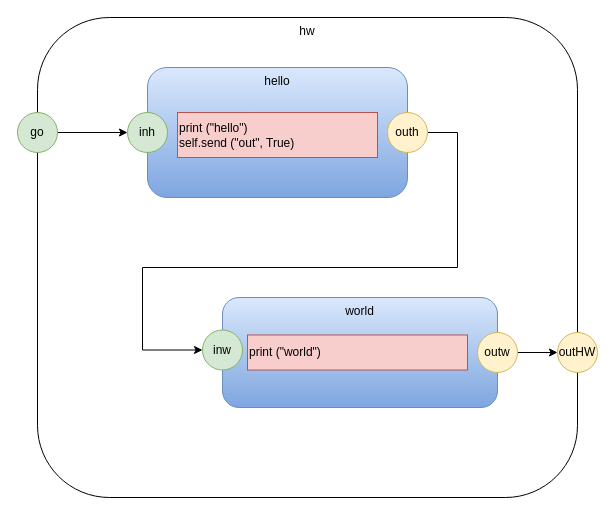
guitarvydas/das keeps this draw.io diagram as hw.drawio. Above is the earlier version. Source tidied: cells renumbered, new cells numbered last; positions are measured from the earlier drawing's top-left corner, leaving out a move shared by most shapes. Both pictures are drawn from the tidied source at 100%, with x=0, y=0 at pixel (17, 17).
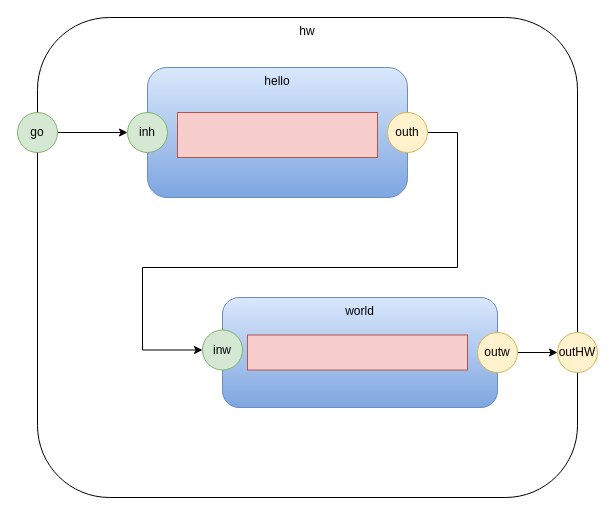
The same diagram, later.

The edit, as a diff of the source:
```diff
@@
 <mxGraphModel>
   <root>
     <mxCell id="0" />
     <mxCell id="1" parent="0" />
     <mxCell id="2" value="hw" style="rounded=1;whiteSpace=wrap;html=1;verticalAlign=top;" parent="1" vertex="1">
       <mxGeometry x="20" width="540" height="480" as="geometry" />
     </mxCell>
     <mxCell id="3" value="hello" style="rounded=1;whiteSpace=wrap;html=1;gradientColor=#7ea6e0;fillColor=#dae8fc;strokeColor=#6c8ebf;verticalAlign=top;" parent="1" vertex="1">
       <mxGeometry x="130" y="50" width="260" height="130" as="geometry" />
     </mxCell>
-    <mxCell id="4" value="print (&quot;hello&quot;)&lt;br&gt;self.send (&quot;out&quot;, True)&lt;br&gt;&lt;div&gt;&lt;/div&gt;" style="rounded=0;whiteSpace=wrap;html=1;fillColor=#f8cecc;strokeColor=#b85450;align=left;" parent="1" vertex="1">
+    <mxCell id="4" value="&lt;br&gt;&lt;div&gt;&lt;/div&gt;" style="rounded=0;whiteSpace=wrap;html=1;fillColor=#f8cecc;strokeColor=#b85450;align=left;" parent="1" vertex="1">
       <mxGeometry x="160" y="95" width="200" height="45" as="geometry" />
     </mxCell>
     <mxCell id="5" style="edgeStyle=orthogonalEdgeStyle;rounded=0;jettySize=auto;html=1;entryX=0;entryY=0.5;entryDx=0;entryDy=0;" parent="1" edge="1" source="6" target="8">
       <mxGeometry relative="1" as="geometry">
         <Array as="points">
           <mxPoint x="440" y="115" />
           <mxPoint x="440" y="250" />
           <mxPoint x="125" y="250" />
           <mxPoint x="125" y="333" />
         </Array>
       </mxGeometry>
     </mxCell>
     <mxCell id="6" value="outh" style="ellipse;whiteSpace=wrap;html=1;fillColor=#fff2cc;strokeColor=#d6b656;" parent="1" vertex="1">
       <mxGeometry x="370" y="95" width="40" height="40" as="geometry" />
     </mxCell>
     <mxCell id="7" value="world" style="rounded=1;whiteSpace=wrap;html=1;gradientColor=#7ea6e0;fillColor=#dae8fc;strokeColor=#6c8ebf;verticalAlign=top;" parent="1" vertex="1">
       <mxGeometry x="205" y="280" width="275" height="110" as="geometry" />
     </mxCell>
     <mxCell id="8" value="inw" style="ellipse;whiteSpace=wrap;html=1;fillColor=#d5e8d4;strokeColor=#82b366;" parent="1" vertex="1">
       <mxGeometry x="185" y="312.5" width="40" height="40" as="geometry" />
     </mxCell>
-    <mxCell id="9" value="print (&quot;world&quot;)&lt;br&gt;&lt;div&gt;&lt;/div&gt;" style="rounded=0;whiteSpace=wrap;html=1;fillColor=#f8cecc;strokeColor=#b85450;align=left;" parent="1" vertex="1">
+    <mxCell id="9" value="&lt;br&gt;&lt;div&gt;&lt;/div&gt;" style="rounded=0;whiteSpace=wrap;html=1;fillColor=#f8cecc;strokeColor=#b85450;align=left;" parent="1" vertex="1">
       <mxGeometry x="230" y="317.5" width="220" height="35" as="geometry" />
     </mxCell>
     <mxCell id="10" style="edgeStyle=orthogonalEdgeStyle;rounded=0;jettySize=auto;html=1;exitX=1;exitY=0.5;exitDx=0;exitDy=0;entryX=0;entryY=0.5;entryDx=0;entryDy=0;" parent="1" edge="1" source="11" target="12">
       <mxGeometry relative="1" as="geometry" />
     </mxCell>
     <mxCell id="11" value="go" style="ellipse;whiteSpace=wrap;html=1;fillColor=#d5e8d4;strokeColor=#82b366;" parent="1" vertex="1">
       <mxGeometry y="95" width="40" height="40" as="geometry" />
     </mxCell>
     <mxCell id="12" value="inh" style="ellipse;whiteSpace=wrap;html=1;fillColor=#d5e8d4;strokeColor=#82b366;" parent="1" vertex="1">
       <mxGeometry x="110" y="95" width="40" height="40" as="geometry" />
     </mxCell>
     <mxCell id="13" style="edgeStyle=orthogonalEdgeStyle;rounded=0;jettySize=auto;html=1;exitX=1;exitY=0.5;exitDx=0;exitDy=0;entryX=0;entryY=0.5;entryDx=0;entryDy=0;" parent="1" edge="1" source="14" target="15">
       <mxGeometry relative="1" as="geometry" />
     </mxCell>
     <mxCell id="14" value="outw" style="ellipse;whiteSpace=wrap;html=1;fillColor=#fff2cc;strokeColor=#d6b656;" parent="1" vertex="1">
       <mxGeometry x="460" y="315" width="40" height="40" as="geometry" />
     </mxCell>
     <mxCell id="15" value="outHW" style="ellipse;whiteSpace=wrap;html=1;fillColor=#fff2cc;strokeColor=#d6b656;" parent="1" vertex="1">
       <mxGeometry x="540" y="315" width="40" height="40" as="geometry" />
     </mxCell>
   </root>
 </mxGraphModel>
```
